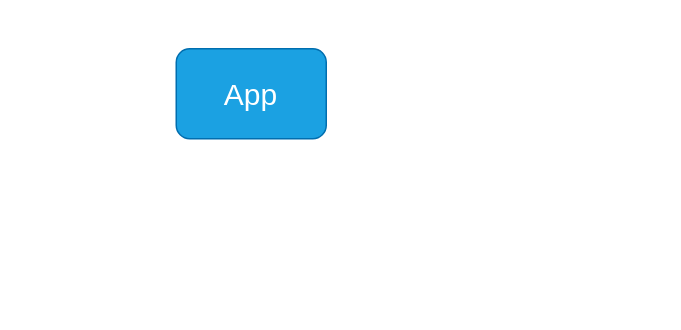
hursh7/business-card-maker keeps this draw.io diagram as public/images/Untitled Diagram.drawio. Above is the earlier version. Source tidied: cells renumbered, new cells numbered last; positions are measured from the earlier drawing's top-left corner, leaving out a move shared by most shapes. Both pictures are drawn from the tidied source at 150%, with x=0, y=0 at pixel (176, 48).
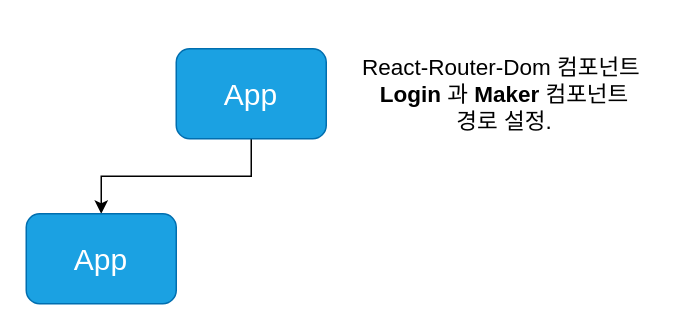
The same page after the edit.

Change to the diagram source:
```diff
@@
 <mxGraphModel>
   <root>
     <mxCell id="0" />
     <mxCell id="1" parent="0" />
+    <mxCell id="3" style="edgeStyle=orthogonalEdgeStyle;rounded=0;jettySize=auto;html=1;" parent="1" edge="1" source="2" target="4">
+      <mxGeometry relative="1" as="geometry" />
+    </mxCell>
     <mxCell id="2" value="&lt;font style=&quot;font-size: 20px&quot;&gt;App&lt;/font&gt;" style="rounded=1;whiteSpace=wrap;html=1;fillColor=#1ba1e2;strokeColor=#006EAF;fontColor=#ffffff;" parent="1" vertex="1">
       <mxGeometry width="100" height="60" as="geometry" />
     </mxCell>
+    <mxCell id="4" value="&lt;font style=&quot;font-size: 20px&quot;&gt;App&lt;/font&gt;" style="rounded=1;whiteSpace=wrap;html=1;fillColor=#1ba1e2;strokeColor=#006EAF;fontColor=#ffffff;" parent="1" vertex="1">
+      <mxGeometry x="-100" y="110" width="100" height="60" as="geometry" />
+    </mxCell>
+    <mxCell id="5" value="&lt;font style=&quot;font-size: 15px&quot;&gt;&lt;font style=&quot;font-size: 15px&quot;&gt;&lt;br&gt;React&lt;/font&gt;-&lt;font style=&quot;font-size: 15px&quot;&gt;Router-Dom 컴포넌트&amp;nbsp;&lt;br&gt;&lt;b&gt;Login&lt;/b&gt; 과 &lt;b&gt;Maker&lt;/b&gt;&amp;nbsp;컴포넌트 &lt;br&gt;경로 설정.&lt;br&gt;&lt;br&gt;&lt;/font&gt;&lt;/font&gt;" style="text;html=1;strokeColor=none;fillColor=none;align=center;verticalAlign=middle;whiteSpace=wrap;rounded=0;labelBackgroundColor=#FFFFFF;labelBorderColor=none;spacing=0;fontColor=#000000;spacingLeft=0;" parent="1" vertex="1">
+      <mxGeometry x="119" y="-10" width="200" height="80" as="geometry" />
+    </mxCell>
   </root>
 </mxGraphModel>
```
